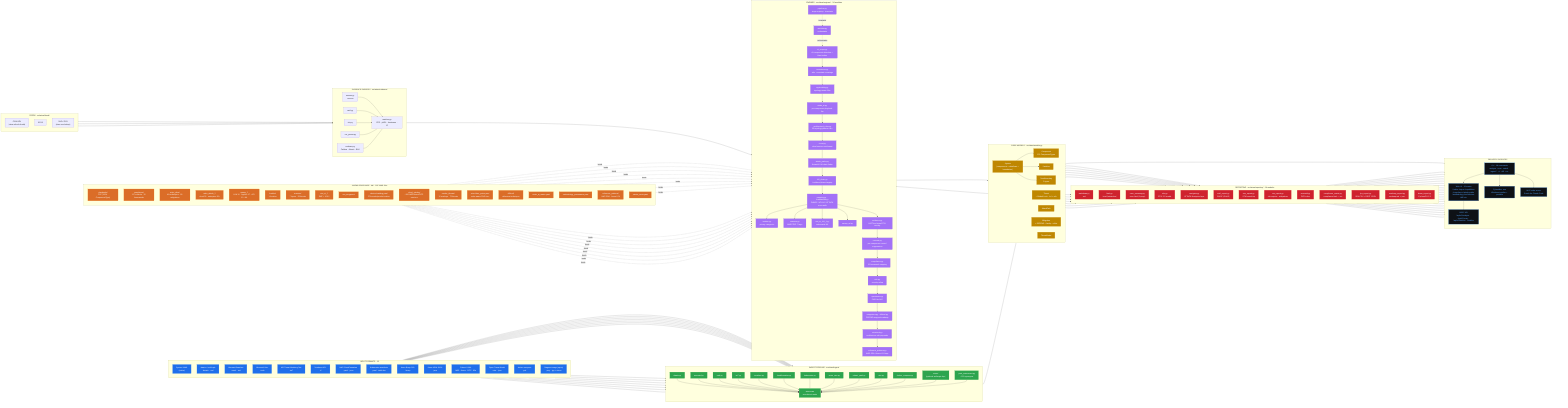
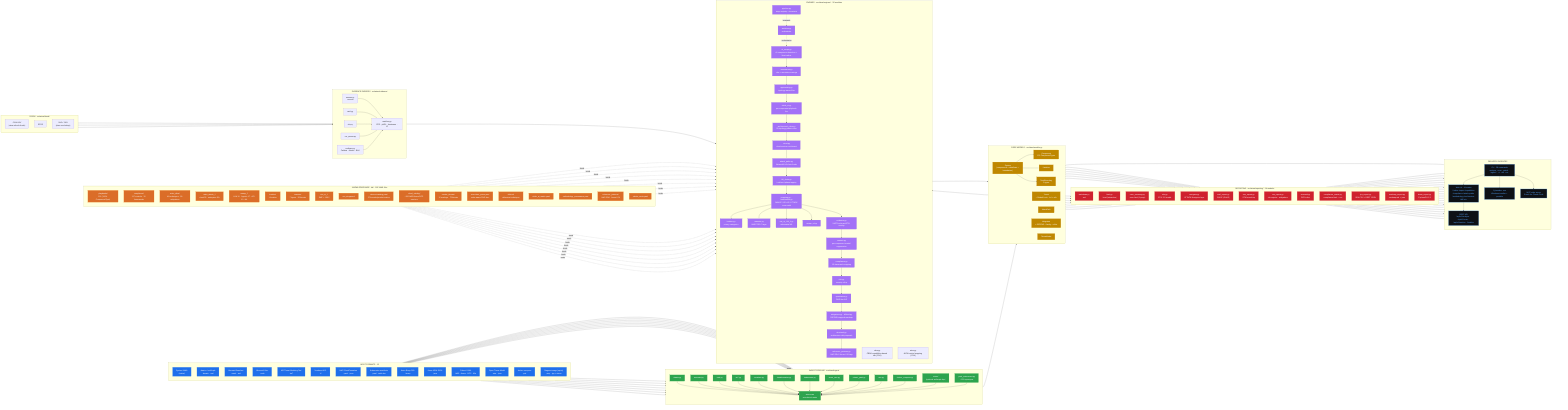
%% ATMS v0.18.43 — comprehensive architecture diagram
%% Generated 2026-05-16 during Phase 0 audit.
%% Open in any Mermaid renderer (or /architecture in the web UI).

flowchart LR

  %% ============================================================
  %% INPUT FORMATS (12) — what users can drop in
  %% ============================================================
  subgraph INPUTS["INPUT FORMATS · 12"]
    direction TB
    i_yaml["System YAML<br/>(native)"]
    i_drawio["draw.io / mxGraph<br/>.drawio · .xml"]
    i_mermaid["Mermaid flowchart<br/>.mmd · .md"]
    i_vsdx["Microsoft Visio<br/>.vsdx"]
    i_tm7["MS Threat Modeling Tool<br/>.tm7"]
    i_tf["Terraform HCL<br/>.tf"]
    i_cfn["AWS CloudFormation<br/>.yaml · .json"]
    i_k8s["Kubernetes manifests<br/>.yaml · multi-doc"]
    i_bicep["Azure Bicep DSL<br/>.bicep"]
    i_arm["Azure ARM JSON<br/>.json"]
    i_pulumi["Pulumi YAML<br/>AWS · Azure · GCP · K8s"]
    i_otm["Open Threat Model<br/>.otm · .json"]
    i_compose["docker-compose<br/>.yml"]
    i_png["Diagram image (opt-in)<br/>.png · .jpg + vision"]
  end

  %% ============================================================
  %% INGEST PIPELINE — format-aware translators
  %% ============================================================
  subgraph INGEST["INGEST PIPELINE · src/atms/ingest/"]
    direction TB
    ing_drawio[drawio.py]
    ing_mermaid[mermaid.py]
    ing_vsdx[vsdx.py]
    ing_tm7[tm7.py]
    ing_terraform[terraform.py]
    ing_cfn[cloudformation.py]
    ing_k8s[kubernetes.py]
    ing_azure[azure_arm.py]
    ing_pulumi[pulumi_yaml.py]
    ing_otm[otm.py]
    ing_compose[docker_compose.py]
    ing_vision["vision/<br/>(optional anthropic dep)"]
    autocorrect["yaml_autocorrect.py<br/>~150 synonyms"]
    scan["atms scan<br/>auto-detect router"]
  end

  i_yaml --> autocorrect
  i_drawio --> ing_drawio
  i_mermaid --> ing_mermaid
  i_vsdx --> ing_vsdx
  i_tm7 --> ing_tm7
  i_tf --> ing_terraform
  i_cfn --> ing_cfn
  i_k8s --> ing_k8s
  i_bicep --> ing_azure
  i_arm --> ing_azure
  i_pulumi --> ing_pulumi
  i_otm --> ing_otm
  i_compose --> ing_compose
  i_png --> ing_vision
  ing_drawio & ing_mermaid & ing_vsdx & ing_tm7 & ing_terraform --> scan
  ing_cfn & ing_k8s & ing_azure & ing_pulumi & ing_otm & ing_compose & ing_vision --> scan
  autocorrect --> scan

  %% ============================================================
  %% CORE MODELS — Pydantic types
  %% ============================================================
  subgraph MODELS["CORE MODELS · src/atms/models.py"]
    direction LR
    m_system["System<br/>(components + dataflows + boundaries)"]
    m_component["Component<br/>121 ComponentTypes"]
    m_dataflow[Dataflow]
    m_boundary["TrustBoundary<br/>5 types"]
    m_threat["Threat<br/>+ StrideAI cat + L×I + refs"]
    m_path[AttackPath]
    m_mitig["Mitigation<br/>+ D3FEND + family + effort"]
    m_model[ThreatModel]
  end

  scan --> m_system
  m_system --> m_component & m_dataflow & m_boundary

  %% ============================================================
  %% KNOWLEDGE BASE — bundled at install
  %% ============================================================
  subgraph KB["KNOWLEDGE BASE · kb/ · 166 YAML files"]
    direction TB
    kb_playbooks["playbooks/<br/>121 (100% ComponentType)"]
    kb_compliance["compliance/<br/>117 controls · 15 frameworks"]
    kb_atlas["mitre_atlas/<br/>41 techniques · 18 mitigations"]
    kb_attack["mitre_attack_*/<br/>cloud 33 · enterprise 35+"]
    kb_owasp["owasp_*/<br/>LLM 10 · Agentic 17 · API 10 · ML"]
    kb_linddun["linddun/<br/>14 entries"]
    kb_maestro["maestro/<br/>7 layers · 55 threats"]
    kb_nist["nist_ai_*/<br/>RMF + 100-2"]
    kb_csa["csa_singapore/"]
    kb_devices["devices/catalog.yaml<br/>274 vendor/product entries"]
    kb_cloud["cloud_catalog/<br/>~500 AWS/Azure/GCP services"]
    kb_vendor["vendor_threats/<br/>12 overlays · 75 threats"]
    kb_priors["priors/loss_priors.yaml<br/>scale-aware FAIR tiers"]
    kb_d3fend["d3fend/<br/>defensive techniques"]
    kb_stride["stride_ai_matrix.yaml"]
    kb_provenance["methodology_provenance.yaml"]
    kb_refpat["reference_patterns/<br/>AWS SRA · Azure LZA"]
    kb_palette["palette_meta.yaml"]
  end

  %% ============================================================
  %% ENGINES — the analysis pipeline (24 modules)
  %% ============================================================
-   subgraph ENGINES["ENGINES · src/atms/engines/ · 24 modules"]
+   subgraph ENGINES["ENGINES · src/atms/engines/ · 26 modules"]
    direction TB
    e_ai_scope["ai_scope.py<br/>AI-component detection + blast radius"]
    e_boundaries["boundaries.py<br/>infer + annotate crossings"]
    e_applic["applicability.py<br/>topology-aware filter"]
    e_stride["stride_ai.py<br/>per-component playbook fire"]
    e_arch["architectural_rules.py<br/>25 topology-pattern rules"]
    e_cloud["cloud.py<br/>cloud-service enrichment"]
    e_attack["attack_paths.py<br/>NetworkX kill-chain finder"]
    e_kill_chain["kill_chain.py<br/>Lockheed phase tagging"]
    e_mappings["mapping.py · frameworks.py<br/>OWASP / ATLAS / ATT&amp;CK cross-walk"]
    e_linddun["linddun.py<br/>privacy categories"]
    e_maestro["maestro.py<br/>MAESTRO 7-layer"]
    e_nist["nist_ai_100_2.py<br/>adversarial ML"]
    e_owasp_ml["owasp_ml.py"]
    e_evidence["evidence.py<br/>VAPT/red-team/STIX overlay"]
    e_controls["controls.py<br/>per-component control suppression"]
    e_compliance["compliance.py<br/>15-framework mapping"]
    e_risk["risk.py<br/>severity rollup"]
    e_quant["quantitative.py<br/>FAIR-lite ALE"]
+     e_cbra["cbra.py<br/>CBRA capabilities-based risk (CSA)"]
+     e_aicm["aicm.py<br/>AICM control mapping (CSA)"]
    e_mitig["mitigations.py · d3fend.py<br/>D3FEND-mapped roadmap"]
    e_struct["structural.py<br/>architecture-edit proposals"]
    e_refpat["reference_patterns.py<br/>AWS SRA / Azure LZA tags"]
    pipeline["pipeline.py<br/>stage registry + invariants"]
    workflow["workflow.py<br/>orchestrator"]
  end

  m_system --> e_ai_scope --> e_boundaries --> e_applic --> e_stride
  e_stride --> e_arch --> e_cloud --> e_attack --> e_kill_chain
  e_kill_chain --> e_mappings --> e_linddun & e_maestro & e_nist & e_owasp_ml
  e_mappings --> e_evidence --> e_controls --> e_compliance
  e_compliance --> e_risk --> e_quant --> e_mitig --> e_struct --> e_refpat
  e_refpat --> m_model

  workflow -.orchestrates.-> e_ai_scope
  pipeline -.invariants.-> workflow
  kb_playbooks -.feeds.-> e_stride
  kb_atlas & kb_attack -.feeds.-> e_mappings
  kb_owasp -.feeds.-> e_mappings
  kb_compliance -.feeds.-> e_compliance
  kb_linddun -.feeds.-> e_linddun
  kb_maestro -.feeds.-> e_maestro
  kb_nist -.feeds.-> e_nist
  kb_devices & kb_cloud -.feeds.-> e_cloud
  kb_priors -.feeds.-> e_quant
  kb_d3fend & kb_refpat -.feeds.-> e_mitig
  kb_vendor -.feeds.-> e_stride
  kb_stride & kb_provenance -.feeds.-> e_stride

  %% ============================================================
  %% REPORTING — what comes out
  %% ============================================================
  subgraph REPORTING["REPORTING · src/atms/reporting/ · 14 modules"]
    direction TB
    r_md["markdown.py<br/>.md"]
    r_html["html.py<br/>.html (interactive)"]
    r_exec["exec_summary.py<br/>.exec.html (1-page)"]
    r_stix["stix.py<br/>STIX 2.1 bundle"]
    r_nav["navigator.py<br/>ATT&amp;CK Navigator layer"]
    r_sarif["sarif_export.py<br/>SARIF (GHAS)"]
    r_otm_out["otm_export.py<br/>OTM round-trip"]
    r_csv["csv_export.py<br/>risk register · mitigations"]
    r_mermaid_render["mermaid.py<br/>DFD inline"]
    r_compliance["compliance_matrix.py<br/>.compliance.html + .csv"]
    r_jira["jira_export.py<br/>JIRA CSV + REST JSON"]
    r_roadmap["roadmap_export.py<br/>roadmap.md + .json"]
    r_sbom["sbom_export.py<br/>CycloneDX 1.5"]
  end

  m_model --> r_md & r_html & r_exec & r_stix & r_nav
  m_model --> r_sarif & r_otm_out & r_csv & r_mermaid_render
  m_model --> r_compliance & r_jira & r_roadmap & r_sbom

  %% ============================================================
  %% DELIVERY SURFACES — 4 ways to drive ATMS
  %% ============================================================
  subgraph SURFACES["DELIVERY SURFACES"]
    direction TB
    cli["CLI · 28 commands<br/>analyze · scan · watch · ingest-* · ci · diff · etc."]
    webui["Web UI · 32 routes<br/>/ /editor /report /capabilities /compliance /attack-paths /methodology /architecture /diff /etc."]
    rest["REST API<br/>/api/v1/analyze · /api/v1/scan · /api/v1/metrics · /healthz"]
    mcp["MCP stdio server<br/>5 tools for Claude Code"]
    pyinst["PyInstaller .exe<br/>Windows installer + portable"]
  end

  r_md & r_html & r_exec --> cli
  r_compliance & r_jira & r_roadmap & r_sbom --> cli & webui
  r_stix & r_nav & r_sarif & r_otm_out & r_csv --> cli & rest
  cli --> webui
  webui --> rest
  cli --> pyinst
  m_model --> mcp
  cli --> mcp

  %% ============================================================
  %% EVIDENCE OVERLAY — optional ingest path that runs alongside
  %% ============================================================
  subgraph EVIDENCE["EVIDENCE PARSERS · src/atms/evidence/"]
    direction LR
    ev_nessus[nessus.py<br/>.nessus]
    ev_sarif[sarif.py]
    ev_stix[stix.py]
    ev_csv[csv_parser.py]
    ev_red[redteam.py<br/>Caldera · Atomic · BAS]
    ev_match[matcher.py<br/>CPE · pURL · hostname · IP]
  end

  ev_nessus & ev_sarif & ev_stix & ev_csv & ev_red --> ev_match --> e_evidence

  %% ============================================================
  %% FEEDS — live KEV / EPSS / NVD lookups (optional, opt-in)
  %% ============================================================
  subgraph FEEDS["FEEDS · src/atms/feeds/"]
    direction TB
    f_kev["CISA KEV<br/>(atms refresh-feeds)"]
    f_epss[EPSS]
    f_nvd["NVD / OSV<br/>(atms cve-lookup)"]
  end

  f_kev & f_epss & f_nvd --> ev_match

  %% ============================================================
  %% STYLING
  %% ============================================================
  classDef input fill:#1f6feb,stroke:#58a6ff,color:#fff,stroke-width:1px
  classDef ingest fill:#2da44e,stroke:#3fb950,color:#fff
  classDef model fill:#bf8700,stroke:#d29922,color:#fff
  classDef engine fill:#a371f7,stroke:#8957e5,color:#fff
  classDef kb fill:#db6d28,stroke:#fb8500,color:#fff
  classDef report fill:#cf222e,stroke:#ff7b72,color:#fff
  classDef surface fill:#0e1116,stroke:#58a6ff,color:#58a6ff,stroke-width:2px

  class i_yaml,i_drawio,i_mermaid,i_vsdx,i_tm7,i_tf,i_cfn,i_k8s,i_bicep,i_arm,i_pulumi,i_otm,i_compose,i_png input
  class ing_drawio,ing_mermaid,ing_vsdx,ing_tm7,ing_terraform,ing_cfn,ing_k8s,ing_azure,ing_pulumi,ing_otm,ing_compose,ing_vision,autocorrect,scan ingest
  class m_system,m_component,m_dataflow,m_boundary,m_threat,m_path,m_mitig,m_model model
  class e_ai_scope,e_boundaries,e_applic,e_stride,e_arch,e_cloud,e_attack,e_kill_chain,e_mappings,e_linddun,e_maestro,e_nist,e_owasp_ml,e_evidence,e_controls,e_compliance,e_risk,e_quant,e_mitig,e_struct,e_refpat,pipeline,workflow engine
  class kb_playbooks,kb_compliance,kb_atlas,kb_attack,kb_owasp,kb_linddun,kb_maestro,kb_nist,kb_csa,kb_devices,kb_cloud,kb_vendor,kb_priors,kb_d3fend,kb_stride,kb_provenance,kb_refpat,kb_palette kb
  class r_md,r_html,r_exec,r_stix,r_nav,r_sarif,r_otm_out,r_csv,r_mermaid_render,r_compliance,r_jira,r_roadmap,r_sbom report
  class cli,webui,rest,mcp,pyinst surface
